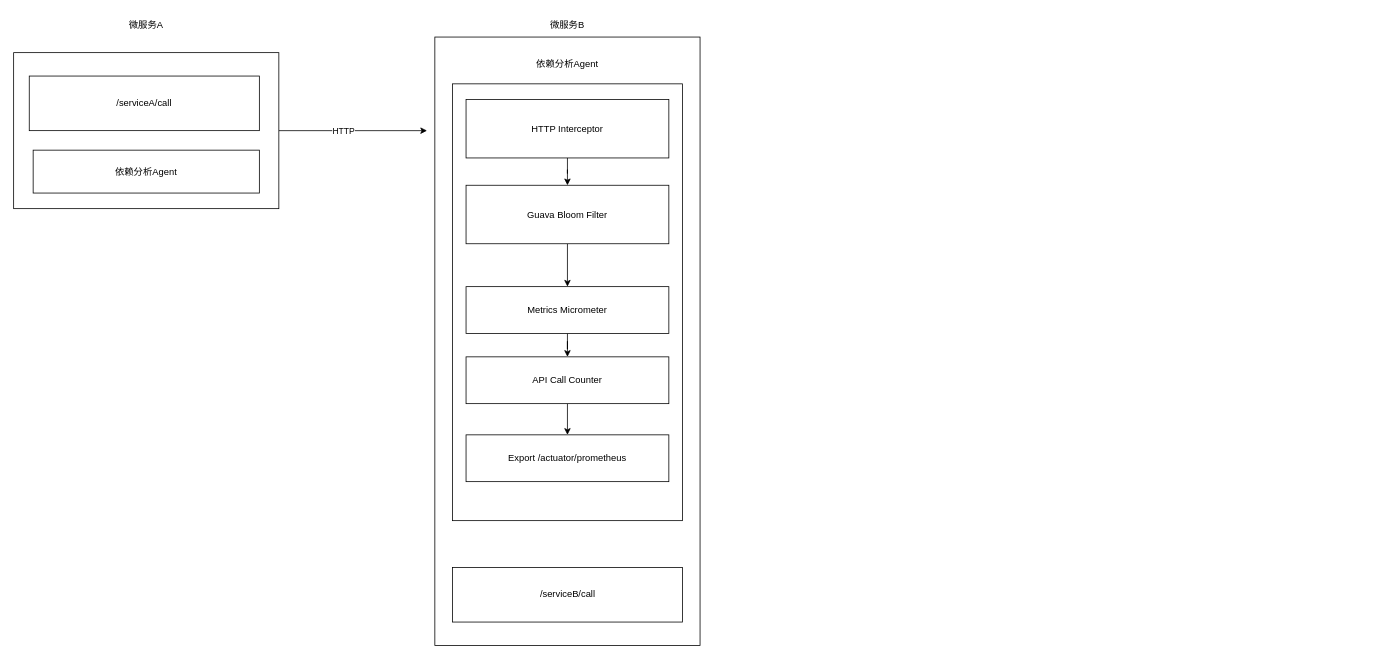
The draw.io diagram 依赖分析Agent服务API调用次数埋点.drawio in strongant/android, before the edit. Source tidied: cells renumbered, new cells numbered last; positions are measured from the earlier drawing's top-left corner, leaving out a move shared by most shapes. Both pictures are drawn from the tidied source at 78%, with x=0, y=0 at pixel (13, 13).
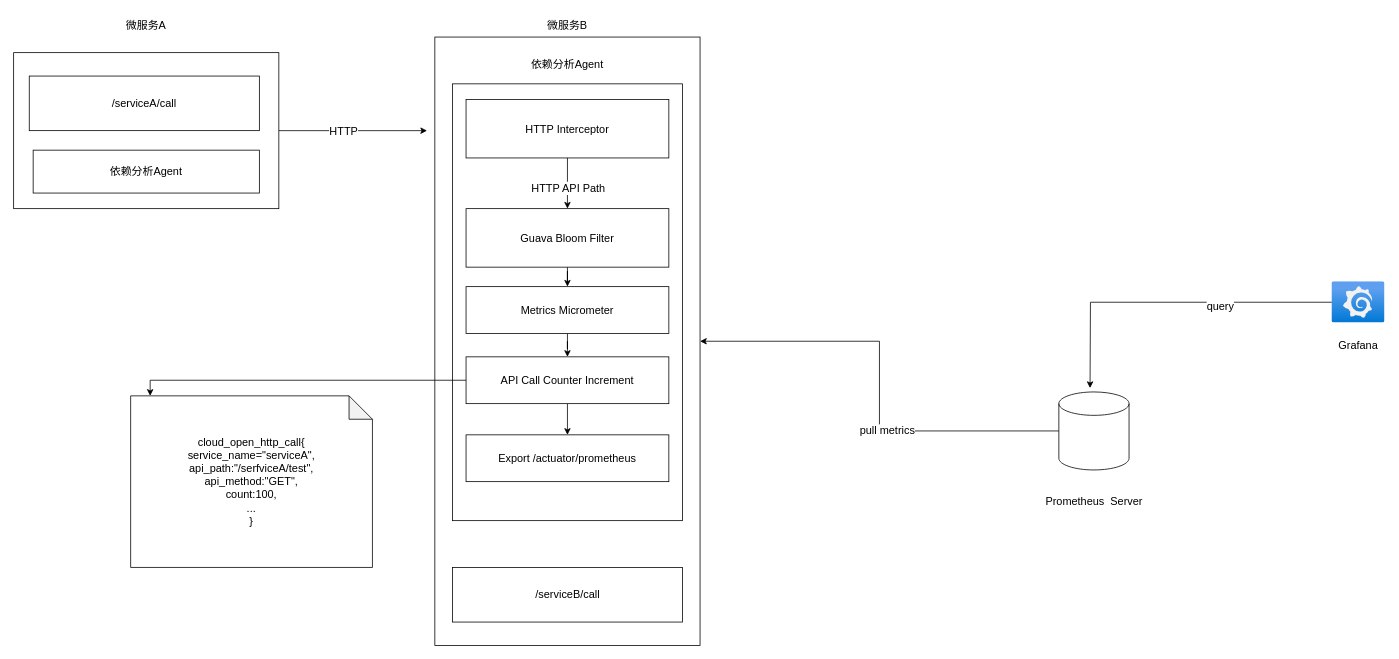
The same page after the edit.

Commit message (it also covers changes not shown here):
Update 依赖分析Agent服务API调用次数埋点.drawio

Change to the diagram source:
```diff
@@
-    <mxCell id="2" style="edgeStyle=orthogonalEdgeStyle;rounded=0;jettySize=auto;html=1;" parent="1" edge="1" source="4">
+    <mxCell id="2" style="edgeStyle=orthogonalEdgeStyle;rounded=0;jettySize=auto;html=1;fontSize=14;" parent="1" edge="1" source="4">
       <mxGeometry relative="1" as="geometry">
         <mxPoint x="530" y="150" as="targetPoint" />
       </mxGeometry>
     </mxCell>
-    <mxCell id="3" value="HTTP" style="edgeLabel;html=1;align=center;verticalAlign=middle;" parent="2" vertex="1">
+    <mxCell id="3" value="HTTP" style="edgeLabel;html=1;align=center;verticalAlign=middle;fontSize=14;" parent="2" vertex="1">
       <mxGeometry x="-0.15" relative="1" as="geometry">
         <mxPoint x="1" as="offset" />
       </mxGeometry>
     </mxCell>
-    <mxCell id="4" style="rounded=0;whiteSpace=wrap;html=1;" parent="1" vertex="1">
+    <mxCell id="4" style="rounded=0;whiteSpace=wrap;html=1;fontSize=14;" parent="1" vertex="1">
       <mxGeometry y="50" width="340" height="200" as="geometry" />
     </mxCell>
-    <mxCell id="5" value="微服务A" style="text;html=1;align=center;verticalAlign=middle;whiteSpace=wrap;rounded=0;" parent="1" vertex="1">
+    <mxCell id="5" value="微服务A" style="text;html=1;align=center;verticalAlign=middle;whiteSpace=wrap;rounded=0;fontSize=14;" parent="1" vertex="1">
       <mxGeometry x="140" width="60" height="30" as="geometry" />
     </mxCell>
-    <mxCell id="6" value="依赖分析Agent" style="rounded=0;whiteSpace=wrap;html=1;" parent="1" vertex="1">
+    <mxCell id="6" value="依赖分析Agent" style="rounded=0;whiteSpace=wrap;html=1;fontSize=14;" parent="1" vertex="1">
       <mxGeometry x="25" y="175" width="290" height="55" as="geometry" />
     </mxCell>
-    <mxCell id="7" style="rounded=0;whiteSpace=wrap;html=1;" parent="1" vertex="1">
+    <mxCell id="7" style="rounded=0;whiteSpace=wrap;html=1;fontSize=14;" parent="1" vertex="1">
       <mxGeometry x="540" y="30" width="340" height="780" as="geometry" />
     </mxCell>
-    <mxCell id="8" value="微服务B" style="text;html=1;align=center;verticalAlign=middle;whiteSpace=wrap;rounded=0;" parent="1" vertex="1">
+    <mxCell id="8" value="微服务B" style="text;html=1;align=center;verticalAlign=middle;whiteSpace=wrap;rounded=0;fontSize=14;" parent="1" vertex="1">
       <mxGeometry x="680" width="60" height="30" as="geometry" />
     </mxCell>
-    <mxCell id="9" style="rounded=0;whiteSpace=wrap;html=1;" parent="1" vertex="1">
+    <mxCell id="9" style="rounded=0;whiteSpace=wrap;html=1;fontSize=14;" parent="1" vertex="1">
       <mxGeometry x="562.5" y="90" width="295" height="560" as="geometry" />
     </mxCell>
-    <mxCell id="10" value="/serviceB/call" style="rounded=0;whiteSpace=wrap;html=1;" parent="1" vertex="1">
+    <mxCell id="10" value="/serviceB/call" style="rounded=0;whiteSpace=wrap;html=1;fontSize=14;" parent="1" vertex="1">
       <mxGeometry x="562.5" y="710" width="295" height="70" as="geometry" />
     </mxCell>
-    <mxCell id="11" value="/serviceA/call" style="rounded=0;whiteSpace=wrap;html=1;" parent="1" vertex="1">
+    <mxCell id="11" value="/serviceA/call" style="rounded=0;whiteSpace=wrap;html=1;fontSize=14;" parent="1" vertex="1">
       <mxGeometry x="20" y="80" width="295" height="70" as="geometry" />
     </mxCell>
-    <mxCell id="12" value="依赖分析Agent" style="text;html=1;align=center;verticalAlign=middle;whiteSpace=wrap;rounded=0;" parent="1" vertex="1">
+    <mxCell id="12" value="依赖分析Agent" style="text;html=1;align=center;verticalAlign=middle;whiteSpace=wrap;rounded=0;fontSize=14;" parent="1" vertex="1">
       <mxGeometry x="650" y="50" width="120" height="30" as="geometry" />
     </mxCell>
-    <mxCell id="13" style="edgeStyle=orthogonalEdgeStyle;rounded=0;jettySize=auto;html=1;" parent="1" edge="1" source="14" target="18">
+    <mxCell id="13" style="edgeStyle=orthogonalEdgeStyle;rounded=0;jettySize=auto;html=1;fontSize=14;" parent="1" edge="1" source="14" target="18">
       <mxGeometry relative="1" as="geometry" />
     </mxCell>
-    <mxCell id="14" value="Guava Bloom Filter" style="rounded=0;whiteSpace=wrap;html=1;" parent="1" vertex="1">
-      <mxGeometry x="580" y="220" width="260" height="75" as="geometry" />
+    <mxCell id="14" value="Guava Bloom Filter" style="rounded=0;whiteSpace=wrap;html=1;fontSize=14;" parent="1" vertex="1">
+      <mxGeometry x="580" y="250" width="260" height="75" as="geometry" />
     </mxCell>
-    <mxCell id="15" style="edgeStyle=orthogonalEdgeStyle;rounded=0;jettySize=auto;html=1;" parent="1" edge="1" source="16" target="14">
+    <mxCell id="15" style="edgeStyle=orthogonalEdgeStyle;rounded=0;jettySize=auto;html=1;fontSize=14;" parent="1" edge="1" source="16" target="14">
       <mxGeometry relative="1" as="geometry" />
     </mxCell>
+    <mxCell id="22" value="HTTP API Path" style="edgeLabel;html=1;align=center;verticalAlign=middle;fontSize=14;" parent="15" vertex="1">
+      <mxGeometry x="0.13" relative="1" as="geometry">
+        <mxPoint y="1" as="offset" />
+      </mxGeometry>
+    </mxCell>
-    <mxCell id="16" value="HTTP Interceptor" style="rounded=0;whiteSpace=wrap;html=1;" parent="1" vertex="1">
+    <mxCell id="16" value="HTTP Interceptor" style="rounded=0;whiteSpace=wrap;html=1;fontSize=14;" parent="1" vertex="1">
       <mxGeometry x="580" y="110" width="260" height="75" as="geometry" />
     </mxCell>
-    <mxCell id="17" style="edgeStyle=orthogonalEdgeStyle;rounded=0;jettySize=auto;html=1;" parent="1" edge="1" source="18" target="20">
+    <mxCell id="17" style="edgeStyle=orthogonalEdgeStyle;rounded=0;jettySize=auto;html=1;fontSize=14;" parent="1" edge="1" source="18" target="20">
       <mxGeometry relative="1" as="geometry" />
     </mxCell>
-    <mxCell id="18" value="Metrics&amp;nbsp;Micrometer" style="rounded=0;whiteSpace=wrap;html=1;" parent="1" vertex="1">
+    <mxCell id="18" value="Metrics&amp;nbsp;Micrometer" style="rounded=0;whiteSpace=wrap;html=1;fontSize=14;" parent="1" vertex="1">
       <mxGeometry x="580" y="350" width="260" height="60" as="geometry" />
     </mxCell>
-    <mxCell id="19" style="edgeStyle=orthogonalEdgeStyle;rounded=0;jettySize=auto;html=1;" parent="1" edge="1" source="20" target="21">
+    <mxCell id="19" style="edgeStyle=orthogonalEdgeStyle;rounded=0;jettySize=auto;html=1;fontSize=14;" parent="1" edge="1" source="20" target="21">
       <mxGeometry relative="1" as="geometry" />
     </mxCell>
-    <mxCell id="20" value="API Call Counter" style="rounded=0;whiteSpace=wrap;html=1;" parent="1" vertex="1">
+    <mxCell id="20" value="API Call Counter Increment" style="rounded=0;whiteSpace=wrap;html=1;fontSize=14;" parent="1" vertex="1">
       <mxGeometry x="580" y="440" width="260" height="60" as="geometry" />
     </mxCell>
-    <mxCell id="21" value="Export /actuator/prometheus" style="rounded=0;whiteSpace=wrap;html=1;" parent="1" vertex="1">
+    <mxCell id="21" value="Export /actuator/prometheus" style="rounded=0;whiteSpace=wrap;html=1;fontSize=14;" parent="1" vertex="1">
       <mxGeometry x="580" y="540" width="260" height="60" as="geometry" />
     </mxCell>
+    <mxCell id="23" style="edgeStyle=orthogonalEdgeStyle;rounded=0;jettySize=auto;html=1;fontSize=14;" parent="1" edge="1" source="25" target="7">
+      <mxGeometry relative="1" as="geometry" />
+    </mxCell>
+    <mxCell id="24" value="pull metrics" style="edgeLabel;html=1;align=center;verticalAlign=middle;fontSize=14;" parent="23" vertex="1">
+      <mxGeometry x="-0.23" y="-1" relative="1" as="geometry" />
+    </mxCell>
+    <mxCell id="25" style="shape=cylinder3;whiteSpace=wrap;html=1;boundedLbl=1;backgroundOutline=1;size=15;fontSize=14;" parent="1" vertex="1">
+      <mxGeometry x="1340" y="485" width="90" height="100" as="geometry" />
+    </mxCell>
+    <mxCell id="26" value="Prometheus&amp;nbsp; Server" style="text;html=1;align=center;verticalAlign=middle;whiteSpace=wrap;rounded=0;fontSize=14;" parent="1" vertex="1">
+      <mxGeometry x="1283.8" y="610" width="202.5" height="30" as="geometry" />
+    </mxCell>
+    <mxCell id="27" style="edgeStyle=orthogonalEdgeStyle;rounded=0;jettySize=auto;html=1;fontSize=14;" parent="1" edge="1" source="29">
+      <mxGeometry relative="1" as="geometry">
+        <mxPoint x="1380" y="480" as="targetPoint" />
+      </mxGeometry>
+    </mxCell>
+    <mxCell id="28" value="query" style="edgeLabel;html=1;align=center;verticalAlign=middle;fontSize=14;" parent="27" vertex="1">
+      <mxGeometry x="-0.31" y="4" relative="1" as="geometry">
+        <mxPoint x="1" as="offset" />
+      </mxGeometry>
+    </mxCell>
+    <mxCell id="29" style="image;html=1;points=[];align=center;fontSize=14;image=img/lib/azure2/other/Grafana.svg;" parent="1" vertex="1">
+      <mxGeometry x="1690" y="343.6" width="68" height="52.8" as="geometry" />
+    </mxCell>
+    <mxCell id="30" value="Grafana" style="text;html=1;align=center;verticalAlign=middle;whiteSpace=wrap;rounded=0;fontSize=14;" parent="1" vertex="1">
+      <mxGeometry x="1694" y="410" width="60" height="30" as="geometry" />
+    </mxCell>
+    <mxCell id="31" value="cloud_open_http_call{&lt;br style=&quot;font-size: 14px;&quot;&gt;service_name=&quot;serviceA&quot;,&lt;br style=&quot;font-size: 14px;&quot;&gt;api_path:&quot;/serfviceA/test&quot;,&lt;div style=&quot;font-size: 14px;&quot;&gt;api_method:&quot;GET&quot;,&lt;/div&gt;&lt;div style=&quot;font-size: 14px;&quot;&gt;count:100,&lt;/div&gt;&lt;div style=&quot;font-size: 14px;&quot;&gt;...&lt;br style=&quot;font-size: 14px;&quot;&gt;}&lt;/div&gt;" style="shape=note;whiteSpace=wrap;html=1;backgroundOutline=1;darkOpacity=0.05;fontSize=14;" parent="1" vertex="1">
+      <mxGeometry x="150" y="490" width="310" height="220" as="geometry" />
+    </mxCell>
+    <mxCell id="32" style="edgeStyle=orthogonalEdgeStyle;rounded=0;jettySize=auto;html=1;entryX=0;entryY=0;entryDx=25;entryDy=0;entryPerimeter=0;fontSize=14;" parent="1" edge="1" source="20" target="31">
+      <mxGeometry relative="1" as="geometry" />
+    </mxCell>
```
